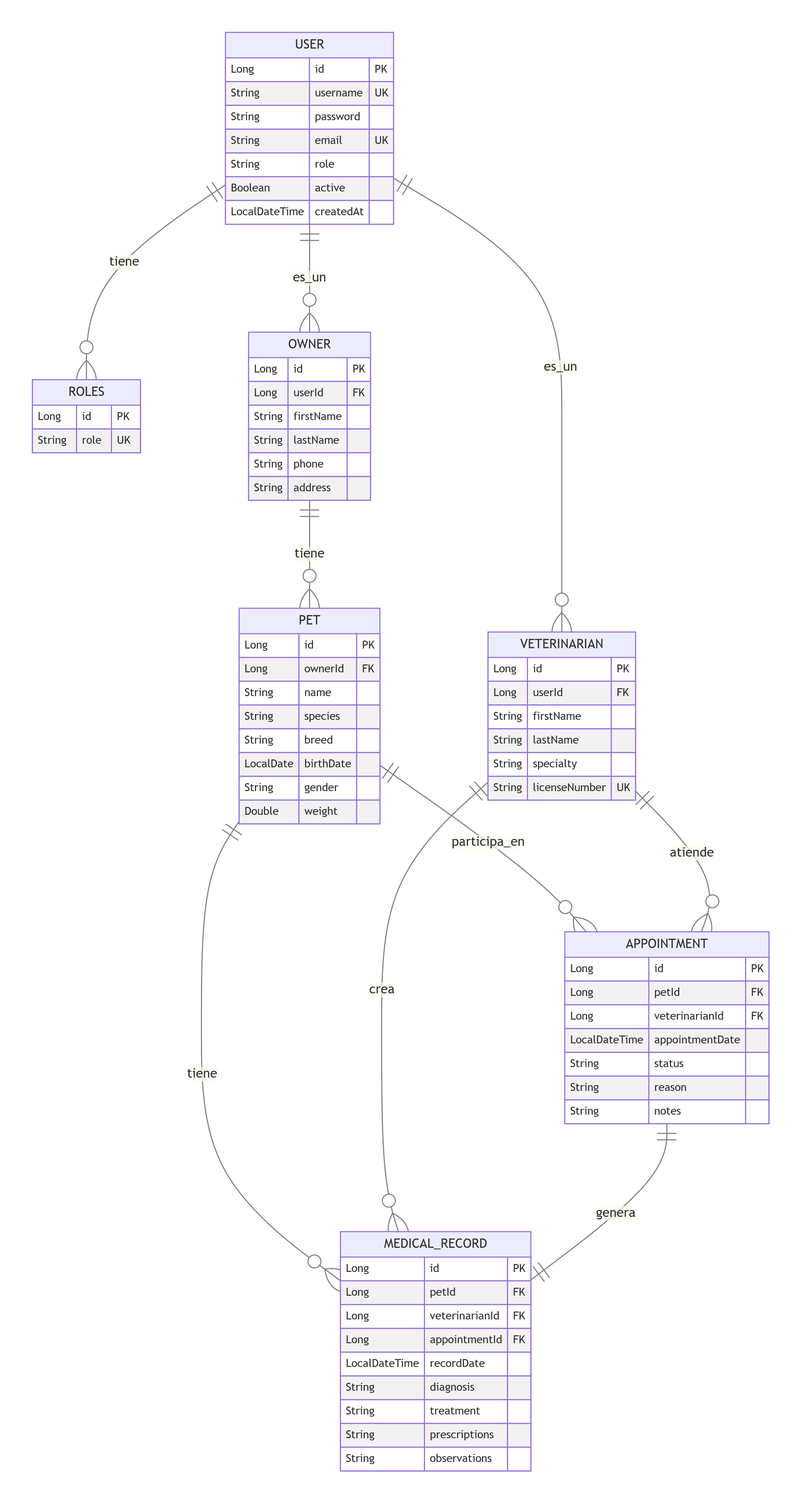
This is veterinaria/DIAGRAMA.png from Josiaszx/Spring-Boot-Apps, a Mermaid export, as it was before one commit. Its source is kept beside it as veterinaria/diagrama.mermaid. Source of this version:
```mermaid
erDiagram
    USER ||--o{ VETERINARIAN : "es_un"
    USER || --o{ ROLES : "tiene"
    USER ||--o{ OWNER : "es_un"
    OWNER ||--o{ PET : "tiene"
    PET ||--o{ APPOINTMENT : "participa_en"
    VETERINARIAN ||--o{ APPOINTMENT : "atiende"
    PET ||--o{ MEDICAL_RECORD : "tiene"
    VETERINARIAN ||--o{ MEDICAL_RECORD : "crea"
    APPOINTMENT ||--|| MEDICAL_RECORD : "genera"

    USER {
        Long id PK
        String username UK
        String password
        String email UK
        String role
        Boolean active
        LocalDateTime createdAt
    }

    ROLES {
        Long id PK
        String role UK
    }

    OWNER {
        Long id PK
        Long userId FK
        String firstName
        String lastName
        String phone
        String address
    }

    VETERINARIAN {
        Long id PK
        Long userId FK
        String firstName
        String lastName
        String specialty
        String licenseNumber UK
    }

    PET {
        Long id PK
        Long ownerId FK
        String name
        String species
        String breed
        LocalDate birthDate
        String gender
        Double weight
    }

    APPOINTMENT {
        Long id PK
        Long petId FK
        Long veterinarianId FK
        LocalDateTime appointmentDate
        String status
        String reason
        String notes
    }

    MEDICAL_RECORD {
        Long id PK
        Long petId FK
        Long veterinarianId FK
        Long appointmentId FK
        LocalDateTime recordDate
        String diagnosis
        String treatment
        String prescriptions
        String observations
    }
```
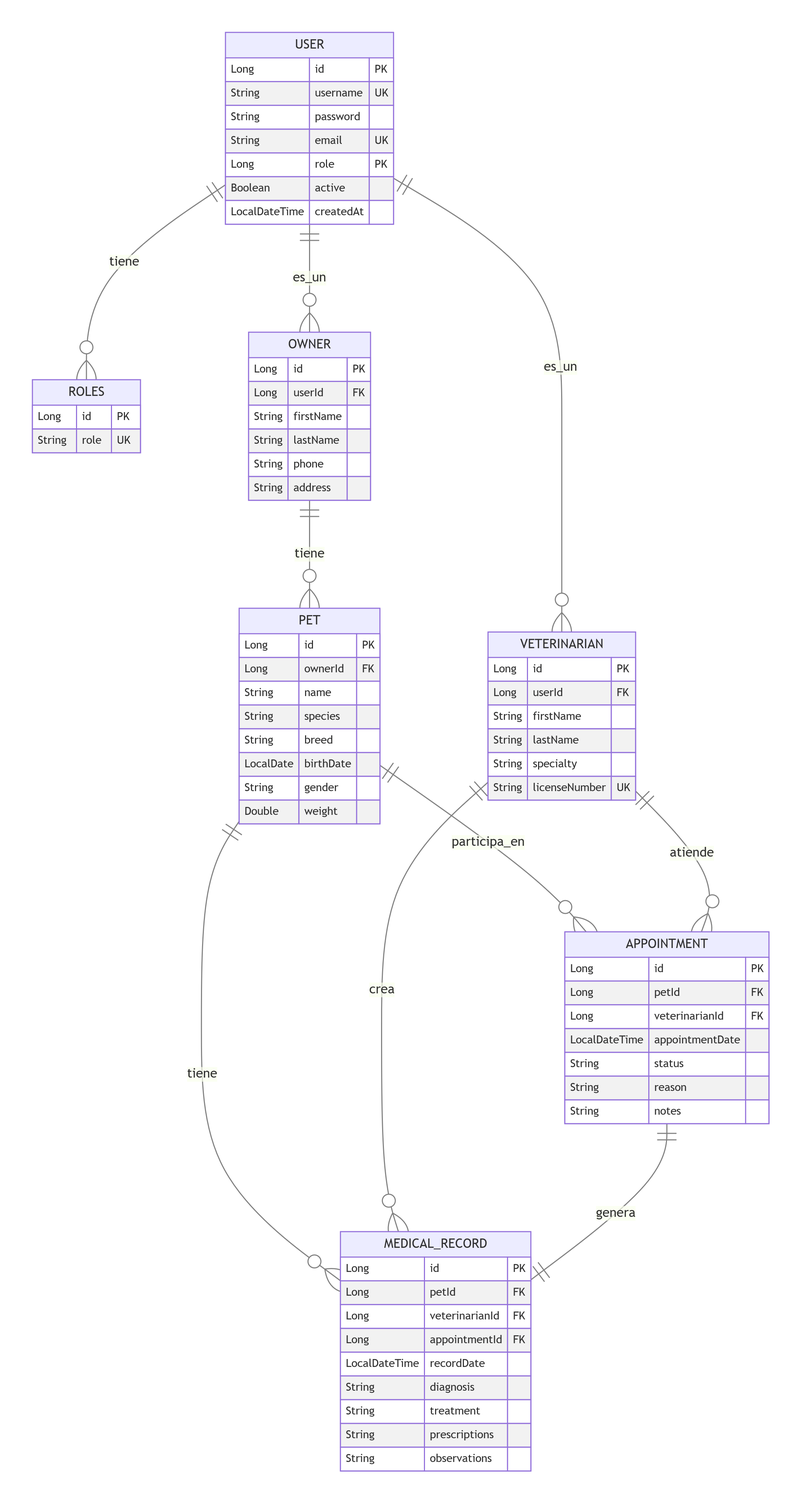
After the commit.

Change to the diagram source:
```diff
@@ -14,7 +14,7 @@
         String username UK
         String password
         String email UK
-        String role
+        Long role PK
         Boolean active
         LocalDateTime createdAt
     }
```
